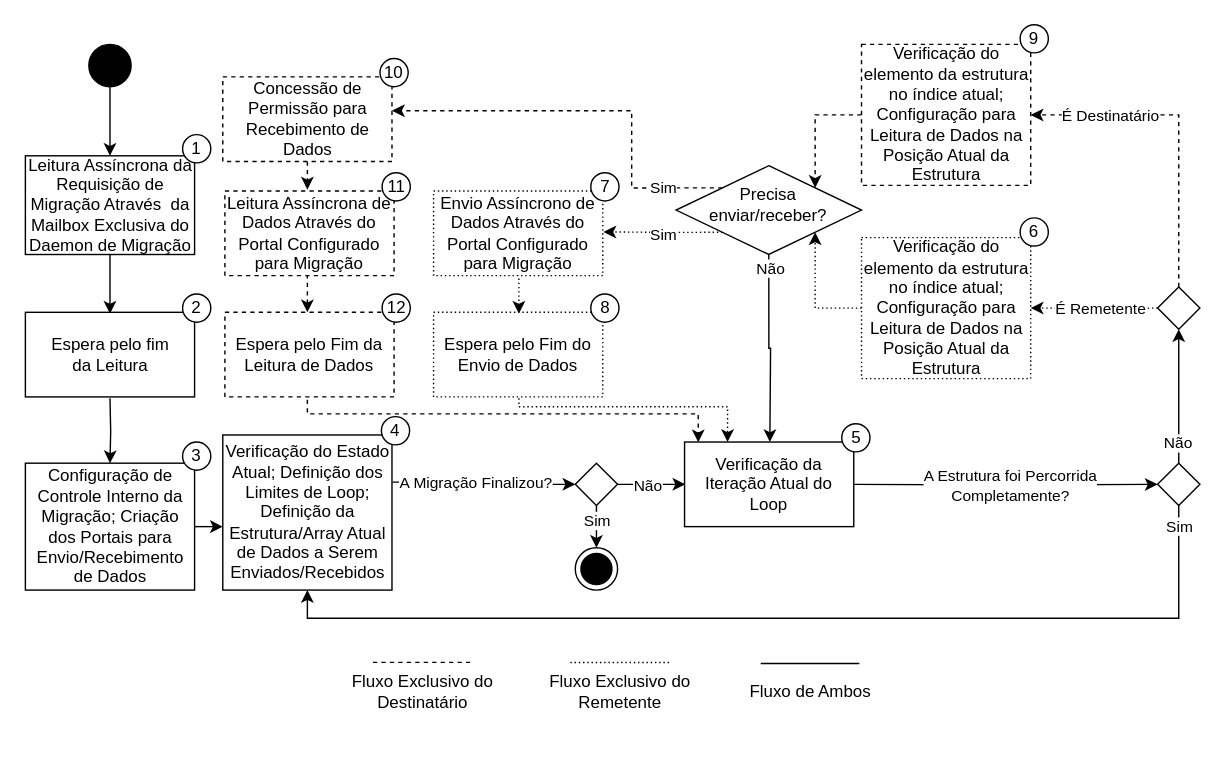
nicolasvanz/TCC keeps this draw.io diagram as content/images/bases/migration-steps-tasks.drawio. Above is the earlier version. Source tidied: cells renumbered, new cells numbered last; positions are measured from the earlier drawing's top-left corner, leaving out a move shared by most shapes. Both pictures are drawn from the tidied source at 141%, with x=0, y=0 at pixel (24, 24).
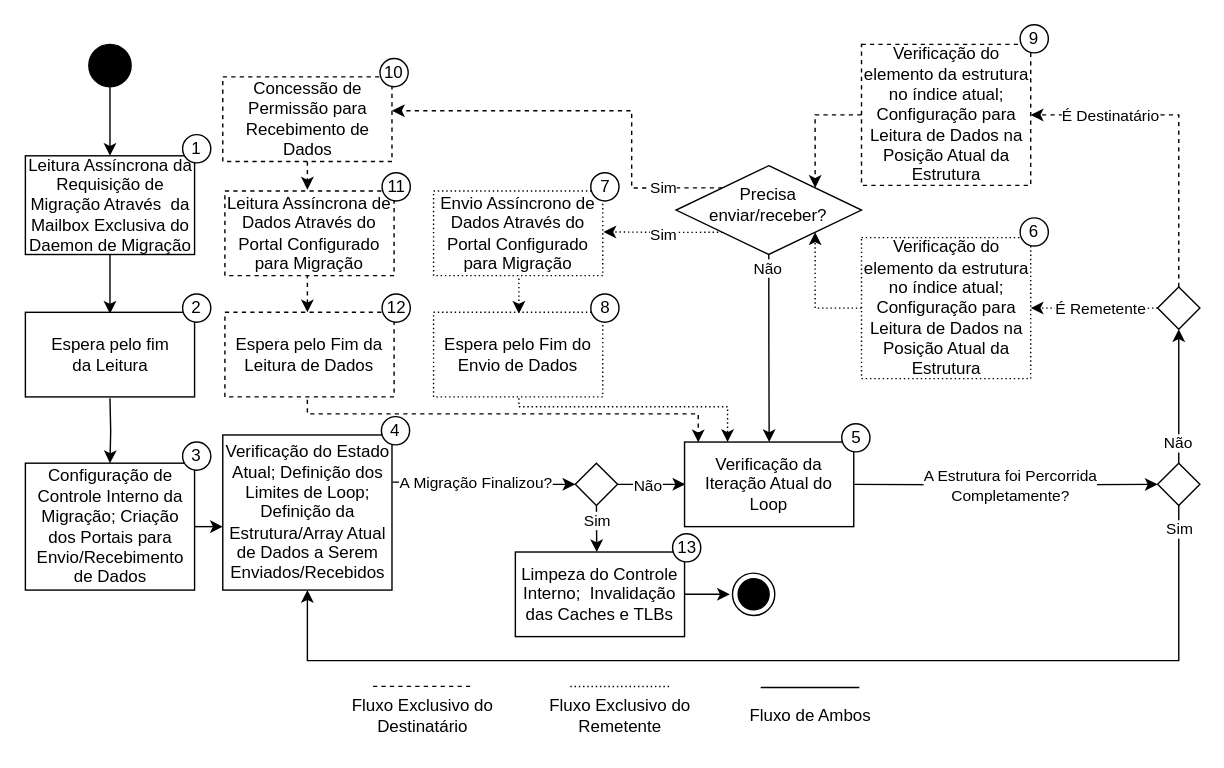
Above is the later version.

Commit message (it also covers changes not shown here):
[images] add final state to migration steps image

The change refers to these unchanged cells:
```xml
<mxCell id="12" value="Verificação do Estado Atual; Definição dos Limites de Loop; Definição da Estrutura/Array Atual de Dados a Serem Enviados/Recebidos" style="rounded=0;whiteSpace=wrap;html=1;" parent="1" vertex="1">
  <mxGeometry x="140.5" y="291" width="120" height="110" as="geometry" />
</mxCell>
<mxCell id="15" style="rhombus;" parent="1" vertex="1">
  <mxGeometry x="390.5" y="311" width="30" height="30" as="geometry" />
</mxCell>
<mxCell id="23" style="rhombus;" parent="1" vertex="1">
  <mxGeometry x="803.5" y="311" width="30" height="30" as="geometry" />
</mxCell>
<mxCell id="54" style="rhombus;horizontal=1;verticalAlign=top;" parent="1" vertex="1">
  <mxGeometry x="462" y="100" width="131.5" height="63" as="geometry" />
</mxCell>
<mxCell id="77" value="Verificação da&lt;br style=&quot;border-color: var(--border-color);&quot;&gt;Iteração Atual do Loop" style="rounded=0;whiteSpace=wrap;html=1;" parent="76" vertex="1">
  <mxGeometry y="13" width="120" height="60" as="geometry" />
</mxCell>
```

What changed in the source:
```diff
@@
     <mxCell id="2" style="group;" parent="1" vertex="1">
-      <mxGeometry x="222" y="452.3" width="390" height="40.7" as="geometry" />
+      <mxGeometry x="222" y="469.3" width="390" height="40.7" as="geometry" />
     </mxCell>
@@
-    <mxCell id="18" style="ellipse;html=1;shape=endState;fillColor=strokeColor;" parent="1" vertex="1">
-      <mxGeometry x="390.5" y="371" width="30" height="30" as="geometry" />
-    </mxCell>
-    <mxCell id="19" style="edgeStyle=orthogonalEdgeStyle;rounded=0;jettySize=auto;html=1;exitX=0.5;exitY=1;exitDx=0;exitDy=0;entryX=0.5;entryY=0;entryDx=0;entryDy=0;" parent="1" edge="1" source="15" target="18">
+    <mxCell id="19" style="edgeStyle=orthogonalEdgeStyle;rounded=0;jettySize=auto;html=1;exitX=0.5;exitY=1;exitDx=0;exitDy=0;entryX=0.481;entryY=0.001;entryDx=0;entryDy=0;entryPerimeter=0;" parent="1" edge="1" source="15" target="84">
       <mxGeometry relative="1" as="geometry" />
     </mxCell>
@@
     <mxCell id="21" style="edgeStyle=orthogonalEdgeStyle;rounded=0;jettySize=auto;html=1;exitX=0.5;exitY=1;exitDx=0;exitDy=0;entryX=0.5;entryY=1;entryDx=0;entryDy=0;" parent="1" edge="1" source="23" target="12">
-      <mxGeometry relative="1" as="geometry" />
+      <mxGeometry relative="1" as="geometry">
+        <Array as="points">
+          <mxPoint x="819" y="451" />
+          <mxPoint x="201" y="451" />
+        </Array>
+      </mxGeometry>
     </mxCell>
@@
-    <mxCell id="52" style="edgeStyle=orthogonalEdgeStyle;rounded=0;jettySize=auto;html=1;exitX=0.5;exitY=1;exitDx=0;exitDy=0;entryX=0.5;entryY=0;entryDx=0;entryDy=0;" parent="1" edge="1" source="54">
-      <mxGeometry relative="1" as="geometry">
-        <mxPoint x="528.5" y="296" as="targetPoint" />
-      </mxGeometry>
-    </mxCell>
+    <mxCell id="82" style="edgeStyle=orthogonalEdgeStyle;rounded=0;jettySize=auto;html=1;exitX=0.5;exitY=1;exitDx=0;exitDy=0;entryX=0.5;entryY=0;entryDx=0;entryDy=0;" parent="1" edge="1" source="54" target="77">
+      <mxGeometry relative="1" as="geometry" />
+    </mxCell>
-    <mxCell id="53" value="Não" style="edgeLabel;html=1;align=center;verticalAlign=middle;" parent="52" vertex="1">
-      <mxGeometry x="-0.85" y="1" relative="1" as="geometry" />
+    <mxCell id="53" value="Não" style="edgeLabel;html=1;align=center;verticalAlign=middle;" parent="82" vertex="1">
+      <mxGeometry x="-0.86" y="-1" relative="1" as="geometry" />
     </mxCell>
@@
+    <mxCell id="83" style="group;" parent="1" vertex="1">
+      <mxGeometry x="348" y="361" width="131.5" height="73" as="geometry" />
+    </mxCell>
+    <mxCell id="84" value="Limpeza do Controle Interno;&amp;nbsp; Invalidação das Caches e TLBs" style="rounded=0;whiteSpace=wrap;html=1;" parent="83" vertex="1">
+      <mxGeometry y="13" width="120" height="60" as="geometry" />
+    </mxCell>
+    <mxCell id="85" value="13" style="ellipse;whiteSpace=wrap;html=1;" parent="83" vertex="1">
+      <mxGeometry x="111.5" width="20" height="20" as="geometry" />
+    </mxCell>
+    <mxCell id="86" style="ellipse;html=1;shape=endState;fillColor=strokeColor;" parent="1" vertex="1">
+      <mxGeometry x="502" y="389" width="30" height="30" as="geometry" />
+    </mxCell>
+    <mxCell id="87" style="edgeStyle=orthogonalEdgeStyle;rounded=0;jettySize=auto;html=1;exitX=1;exitY=0.5;exitDx=0;exitDy=0;entryX=-0.063;entryY=0.502;entryDx=0;entryDy=0;entryPerimeter=0;" parent="1" edge="1" source="84" target="86">
+      <mxGeometry relative="1" as="geometry" />
+    </mxCell>
```
